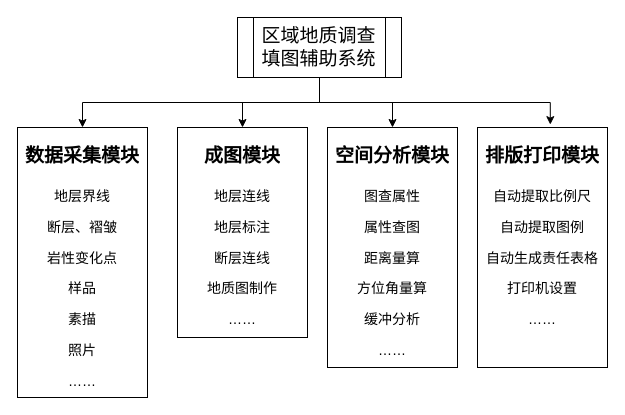
Earlier version of the draw.io diagram page "第 2 页" (2 of 3) of ProjectApplication/报告插图.drawio (zjx-pku/MyGISDev). Source tidied: cells renumbered, new cells numbered last; positions are measured from the earlier drawing's top-left corner, leaving out a move shared by most shapes. Both pictures are drawn from the tidied source at 100%, with x=0, y=0 at pixel (17, 17).
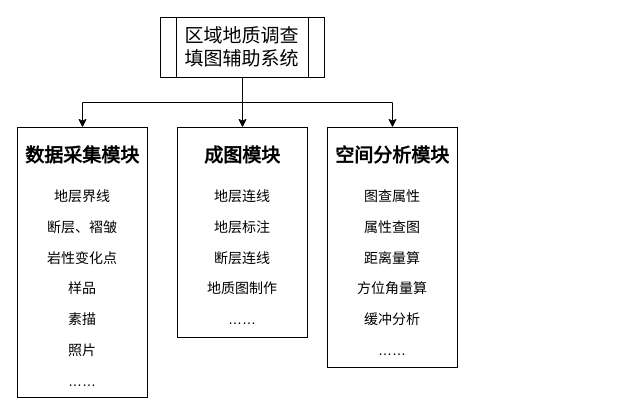
The same diagram, later.

Diff of the diagram source:
```diff
@@
 <mxGraphModel>
   <root>
     <mxCell id="0" />
     <mxCell id="1" parent="0" />
     <mxCell id="2" value="&lt;h1&gt;&lt;font style=&quot;font-size: 19px&quot;&gt;数据采集模块&lt;/font&gt;&lt;/h1&gt;&lt;p&gt;地层界线&lt;/p&gt;&lt;p&gt;断层、褶皱&lt;/p&gt;&lt;p&gt;岩性变化点&lt;/p&gt;&lt;p&gt;样品&lt;/p&gt;&lt;p&gt;素描&lt;/p&gt;&lt;p&gt;照片&lt;/p&gt;&lt;p&gt;……&lt;/p&gt;" style="text;html=1;strokeColor=default;fillColor=none;spacing=5;spacingTop=-20;whiteSpace=wrap;overflow=hidden;rounded=0;fontFamily=HeyMoon;fontSize=14;align=center;" parent="1" vertex="1">
       <mxGeometry y="110" width="130" height="270" as="geometry" />
     </mxCell>
     <mxCell id="3" value="&lt;h1&gt;&lt;font style=&quot;font-size: 19px&quot;&gt;成图模块&lt;/font&gt;&lt;/h1&gt;&lt;p&gt;地层连线&lt;/p&gt;&lt;p&gt;地层标注&lt;/p&gt;&lt;p&gt;断层连线&lt;/p&gt;&lt;p&gt;地质图制作&lt;/p&gt;&lt;p&gt;……&lt;/p&gt;" style="text;html=1;strokeColor=default;fillColor=none;spacing=5;spacingTop=-20;whiteSpace=wrap;overflow=hidden;rounded=0;fontFamily=HeyMoon;fontSize=14;align=center;" parent="1" vertex="1">
       <mxGeometry x="160" y="110" width="130" height="210" as="geometry" />
     </mxCell>
     <mxCell id="4" value="&lt;h1&gt;&lt;font style=&quot;font-size: 19px&quot;&gt;空间分析模块&lt;/font&gt;&lt;/h1&gt;&lt;p&gt;图查属性&lt;/p&gt;&lt;p&gt;属性查图&lt;/p&gt;&lt;p&gt;距离量算&lt;/p&gt;&lt;p&gt;方位角量算&lt;/p&gt;&lt;p&gt;缓冲分析&lt;/p&gt;&lt;p&gt;……&lt;/p&gt;" style="text;html=1;strokeColor=default;fillColor=none;spacing=5;spacingTop=-20;whiteSpace=wrap;overflow=hidden;rounded=0;fontFamily=HeyMoon;fontSize=14;align=center;" parent="1" vertex="1">
       <mxGeometry x="310" y="110" width="130" height="240" as="geometry" />
     </mxCell>
-    <mxCell id="5" value="&lt;h1&gt;&lt;font style=&quot;font-size: 19px&quot;&gt;排版打印模块&lt;/font&gt;&lt;/h1&gt;&lt;p&gt;自动提取比例尺&lt;/p&gt;&lt;p&gt;自动提取图例&lt;/p&gt;&lt;p&gt;自动生成责任表格&lt;/p&gt;&lt;p&gt;打印机设置&lt;/p&gt;&lt;p&gt;……&lt;/p&gt;" style="text;html=1;strokeColor=default;fillColor=none;spacing=5;spacingTop=-20;whiteSpace=wrap;overflow=hidden;rounded=0;fontFamily=HeyMoon;fontSize=14;align=center;" parent="1" vertex="1">
-      <mxGeometry x="460" y="110" width="130" height="240" as="geometry" />
-    </mxCell>
     <mxCell id="6" style="edgeStyle=orthogonalEdgeStyle;rounded=0;jettySize=auto;html=1;exitX=0.5;exitY=1;exitDx=0;exitDy=0;fontFamily=HeyMoon;fontSize=19;" parent="1" edge="1" source="10" target="2">
       <mxGeometry relative="1" as="geometry" />
     </mxCell>
     <mxCell id="7" style="edgeStyle=orthogonalEdgeStyle;rounded=0;jettySize=auto;html=1;exitX=0.5;exitY=1;exitDx=0;exitDy=0;entryX=0.5;entryY=0;entryDx=0;entryDy=0;fontFamily=HeyMoon;fontSize=19;" parent="1" edge="1" source="10" target="3">
       <mxGeometry relative="1" as="geometry" />
     </mxCell>
     <mxCell id="8" style="edgeStyle=orthogonalEdgeStyle;rounded=0;jettySize=auto;html=1;exitX=0.5;exitY=1;exitDx=0;exitDy=0;entryX=0.5;entryY=0;entryDx=0;entryDy=0;fontFamily=HeyMoon;fontSize=19;" parent="1" edge="1" source="10" target="4">
       <mxGeometry relative="1" as="geometry" />
     </mxCell>
-    <mxCell id="9" style="edgeStyle=orthogonalEdgeStyle;rounded=0;jettySize=auto;html=1;exitX=0.5;exitY=1;exitDx=0;exitDy=0;entryX=0.56;entryY=-0.012;entryDx=0;entryDy=0;entryPerimeter=0;fontFamily=HeyMoon;fontSize=19;" parent="1" edge="1" source="10" target="5">
-      <mxGeometry relative="1" as="geometry" />
-    </mxCell>
     <mxCell id="10" value="区域地质调查填图辅助系统" style="shape=process;whiteSpace=wrap;html=1;backgroundOutline=1;fontFamily=HeyMoon;fontSize=19;strokeColor=default;" parent="1" vertex="1">
-      <mxGeometry x="220" width="164" height="60" as="geometry" />
+      <mxGeometry x="143" width="164" height="60" as="geometry" />
     </mxCell>
   </root>
 </mxGraphModel>
```
